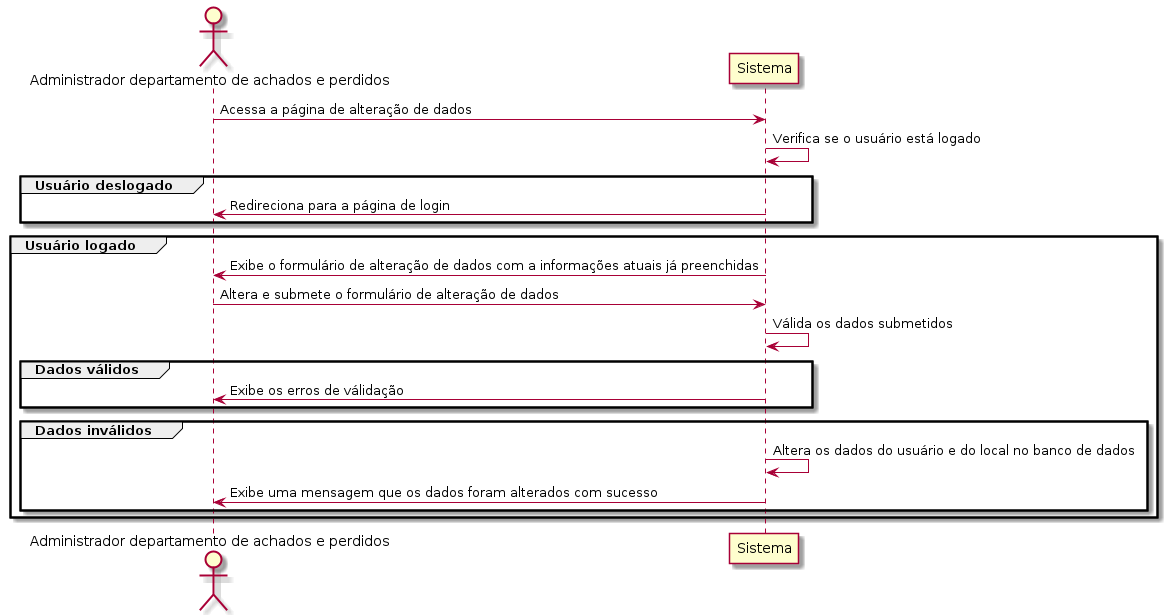
Earlier version of the PlantUML export out/casos-de-uso/administrador/RAP05/RAP05.png (treinaweb/desafio-achados-e-perdidos). Its diagram source:
```plantuml
@startuml RAP05

actor "Administrador departamento de achados e perdidos" as admin
participant "Sistema" as sistema

admin -> sistema: Acessa a página de alteração de dados
sistema -> sistema: Verifica se o usuário está logado

group Usuário deslogado
  sistema -> admin: Redireciona para a página de login
end

group Usuário logado
  sistema -> admin: Exibe o formulário de alteração de dados com a informações atuais já preenchidas
  admin -> sistema: Altera e submete o formulário de alteração de dados
  sistema -> sistema: Válida os dados submetidos

  group Dados válidos
    sistema -> admin: Exibe os erros de válidação
  end

  group Dados inválidos
    sistema -> sistema: Altera os dados do usuário e do local no banco de dados
    sistema -> admin: Exibe uma mensagem que os dados foram alterados com sucesso
  end
end

@enduml
```
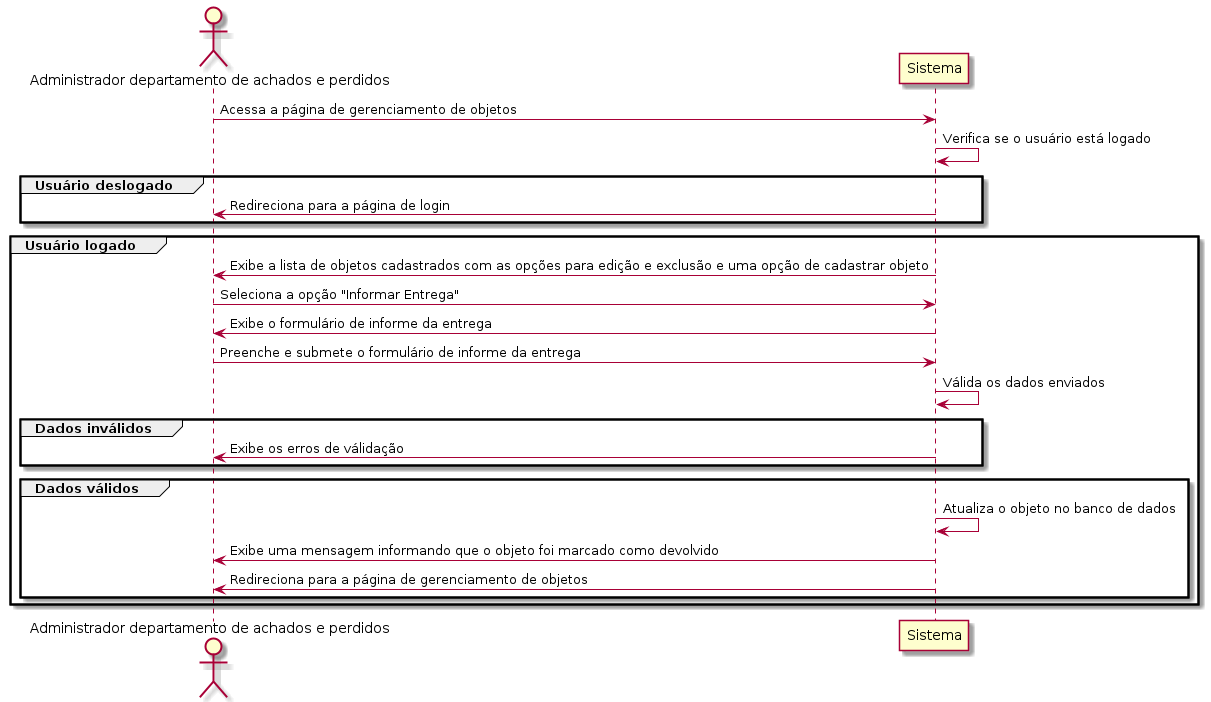
After the commit.

The edit, as a diff of the source:
```diff
@@ -3,7 +3,7 @@
 actor "Administrador departamento de achados e perdidos" as admin
 participant "Sistema" as sistema
 
-admin -> sistema: Acessa a página de alteração de dados
+admin -> sistema: Acessa a página de gerenciamento de objetos
 sistema -> sistema: Verifica se o usuário está logado
 
 group Usuário deslogado
@@ -11,17 +11,20 @@
 end
 
 group Usuário logado
-  sistema -> admin: Exibe o formulário de alteração de dados com a informações atuais já preenchidas
-  admin -> sistema: Altera e submete o formulário de alteração de dados
-  sistema -> sistema: Válida os dados submetidos
+  sistema -> admin: Exibe a lista de objetos cadastrados com as opções para edição e exclusão e uma opção de cadastrar objeto
+  admin -> sistema: Seleciona a opção "Informar Entrega"
+  sistema -> admin: Exibe o formulário de informe da entrega
+  admin -> sistema: Preenche e submete o formulário de informe da entrega
+  sistema -> sistema: Válida os dados enviados
 
-  group Dados válidos
+  group Dados inválidos
     sistema -> admin: Exibe os erros de válidação
   end
 
-  group Dados inválidos
-    sistema -> sistema: Altera os dados do usuário e do local no banco de dados
-    sistema -> admin: Exibe uma mensagem que os dados foram alterados com sucesso
+  group Dados válidos
+    sistema -> sistema: Atualiza o objeto no banco de dados
+    sistema -> admin: Exibe uma mensagem informando que o objeto foi marcado como devolvido
+    sistema -> admin: Redireciona para a página de gerenciamento de objetos
   end
 end
 
```
